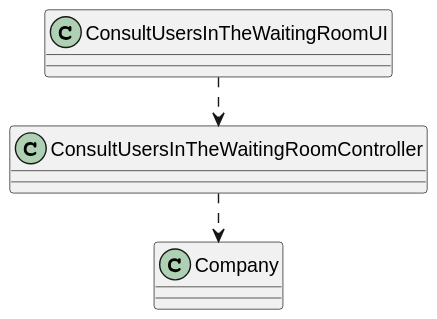
Above: docs/SprintC/US005/US005_CD.svg in Pirussa/lei-22-s2-1da-g02 (PlantUML), before the change. Its diagram source:
```plantuml
@startuml

class Company {
}


class ConsultUsersInTheWaitingRoomUI

class ConsultUsersInTheWaitingRoomController{
}


left to right direction

ConsultUsersInTheWaitingRoomUI .> ConsultUsersInTheWaitingRoomController
ConsultUsersInTheWaitingRoomController .> Company

@enduml
```
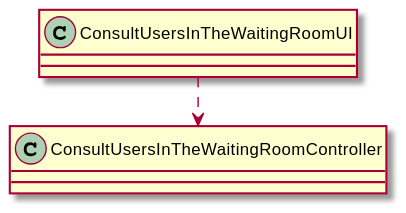
Later version of the same file.

Commit message:
US0005 - Modularization - Small changes on the Class Diagram. US0005 - Implementation - Small adjustments on the UI (linked with the NurseUI, and gets the list of Arrivals in a Vaccination Centre)

Diff of the diagram source:
```diff
@@ -1,7 +1,6 @@
 @startuml
 
-class Company {
-}
+
 
 
 class ConsultUsersInTheWaitingRoomUI
@@ -13,6 +12,5 @@
 left to right direction
 
 ConsultUsersInTheWaitingRoomUI .> ConsultUsersInTheWaitingRoomController
-ConsultUsersInTheWaitingRoomController .> Company
 
 @enduml
```
